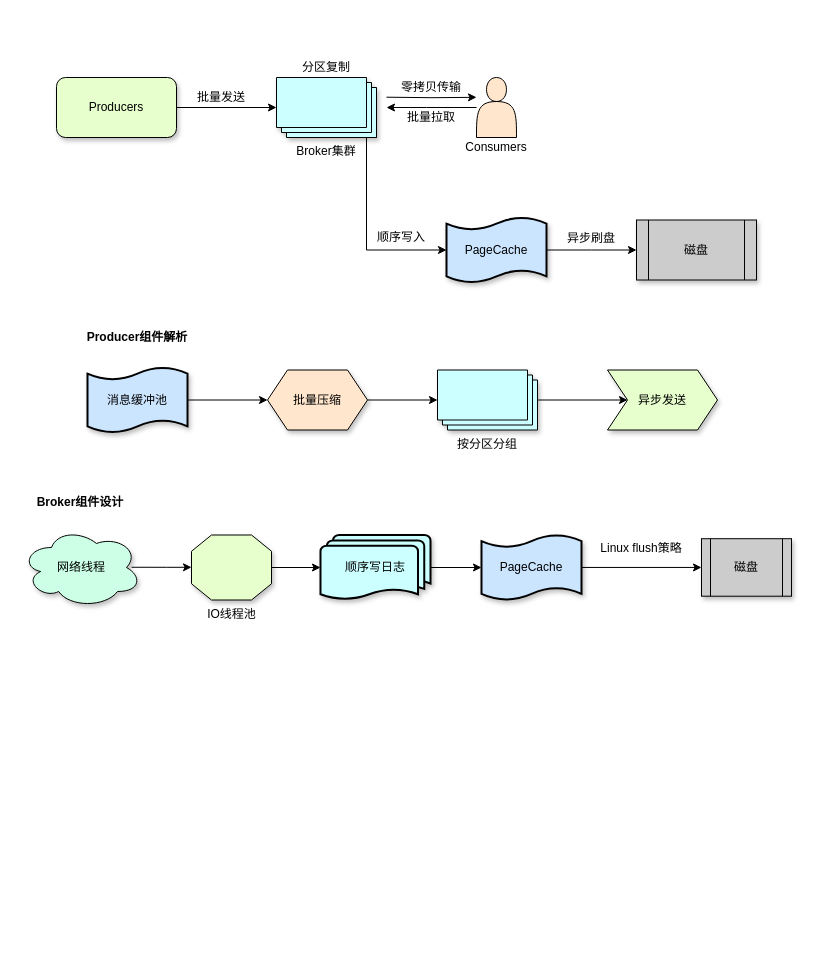
abigalexy/online_drawing keeps this draw.io diagram as achitecture_diagram/Kafka高吞吐架构.drawio. Above is the earlier version. Source tidied: cells renumbered, new cells numbered last; positions are measured from the earlier drawing's top-left corner, leaving out a move shared by most shapes. Both pictures are drawn from the tidied source at 100%, with x=0, y=0 at pixel (21, 57).
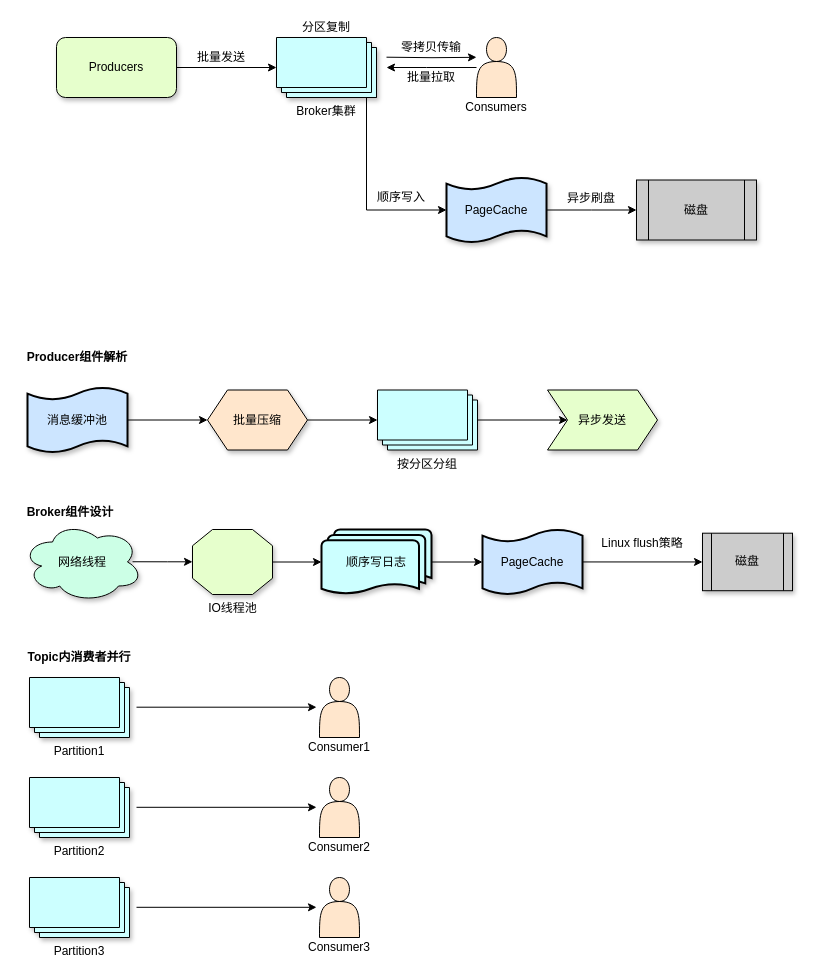
The same diagram, later.

Commit message:
更新Kafka高吞吐架构.drawio

What changed in the source:
```diff
@@
     <mxCell id="2" style="group;" parent="1" vertex="1">
-      <mxGeometry x="35" width="700" height="230" as="geometry" />
+      <mxGeometry x="35" y="-40" width="700" height="230" as="geometry" />
     </mxCell>
@@
     <mxCell id="21" style="group;" parent="1" vertex="1">
-      <mxGeometry x="61" y="270" width="635" height="105" as="geometry" />
+      <mxGeometry x="1" y="290" width="635" height="105" as="geometry" />
     </mxCell>
@@
-    <mxCell id="30" value="&lt;b&gt;Broker组件设计&lt;/b&gt;" style="text;strokeColor=none;align=center;fillColor=none;html=1;verticalAlign=middle;whiteSpace=wrap;rounded=0;" parent="1" vertex="1">
-      <mxGeometry x="11" y="435" width="96" height="20" as="geometry" />
-    </mxCell>
+    <mxCell id="42" style="group;" parent="1" vertex="1">
+      <mxGeometry x="1" y="590" width="352" height="310" as="geometry" />
+    </mxCell>
+    <mxCell id="43" value="&lt;b&gt;Topic内消费者并行&lt;/b&gt;" style="text;strokeColor=none;align=center;fillColor=none;html=1;verticalAlign=middle;whiteSpace=wrap;rounded=0;" parent="42" vertex="1">
+      <mxGeometry width="114" height="20" as="geometry" />
+    </mxCell>
+    <mxCell id="44" style="group;" parent="42" vertex="1">
+      <mxGeometry x="7" y="30" width="345" height="280" as="geometry" />
+    </mxCell>
+    <mxCell id="45" style="edgeStyle=orthogonalEdgeStyle;rounded=0;orthogonalLoop=1;jettySize=auto;html=1;" parent="44" edge="1">
+      <mxGeometry relative="1" as="geometry">
+        <mxPoint x="107" y="29.7" as="sourcePoint" />
+        <mxPoint x="287" y="29.7" as="targetPoint" />
+      </mxGeometry>
+    </mxCell>
+    <mxCell id="46" value="Partition1" style="verticalLabelPosition=bottom;verticalAlign=top;html=1;shape=mxgraph.basic.layered_rect;dx=10;whiteSpace=wrap;shadow=1;fillColor=#CCFFFF;" parent="44" vertex="1">
+      <mxGeometry width="100" height="60" as="geometry" />
+    </mxCell>
+    <mxCell id="47" value="Partition2" style="verticalLabelPosition=bottom;verticalAlign=top;html=1;shape=mxgraph.basic.layered_rect;dx=10;whiteSpace=wrap;fillColor=#CCFFFF;shadow=1;" parent="44" vertex="1">
+      <mxGeometry y="100" width="100" height="60" as="geometry" />
+    </mxCell>
+    <mxCell id="48" value="Partition3" style="verticalLabelPosition=bottom;verticalAlign=top;html=1;shape=mxgraph.basic.layered_rect;dx=10;whiteSpace=wrap;fillColor=#CCFFFF;shadow=1;" parent="44" vertex="1">
+      <mxGeometry y="200" width="100" height="60" as="geometry" />
+    </mxCell>
+    <mxCell id="49" style="shape=actor;whiteSpace=wrap;html=1;fillColor=#FFE6CC;" parent="44" vertex="1">
+      <mxGeometry x="290" width="40" height="60" as="geometry" />
+    </mxCell>
+    <mxCell id="50" value="Consumer1" style="text;strokeColor=none;align=center;fillColor=none;html=1;verticalAlign=middle;whiteSpace=wrap;rounded=0;" parent="44" vertex="1">
+      <mxGeometry x="275" y="60" width="70" height="20" as="geometry" />
+    </mxCell>
+    <mxCell id="51" style="shape=actor;whiteSpace=wrap;html=1;fillColor=#FFE6CC;" parent="44" vertex="1">
+      <mxGeometry x="290" y="100" width="40" height="60" as="geometry" />
+    </mxCell>
+    <mxCell id="52" value="Consumer2" style="text;strokeColor=none;align=center;fillColor=none;html=1;verticalAlign=middle;whiteSpace=wrap;rounded=0;" parent="44" vertex="1">
+      <mxGeometry x="275" y="160" width="70" height="20" as="geometry" />
+    </mxCell>
+    <mxCell id="53" style="shape=actor;whiteSpace=wrap;html=1;fillColor=#FFE6CC;" parent="44" vertex="1">
+      <mxGeometry x="290" y="200" width="40" height="60" as="geometry" />
+    </mxCell>
+    <mxCell id="54" value="Consumer3" style="text;strokeColor=none;align=center;fillColor=none;html=1;verticalAlign=middle;whiteSpace=wrap;rounded=0;" parent="44" vertex="1">
+      <mxGeometry x="275" y="260" width="70" height="20" as="geometry" />
+    </mxCell>
+    <mxCell id="55" style="edgeStyle=orthogonalEdgeStyle;rounded=0;orthogonalLoop=1;jettySize=auto;html=1;" parent="44" edge="1">
+      <mxGeometry relative="1" as="geometry">
+        <mxPoint x="107" y="129.8" as="sourcePoint" />
+        <mxPoint x="287" y="129.8" as="targetPoint" />
+      </mxGeometry>
+    </mxCell>
+    <mxCell id="56" style="edgeStyle=orthogonalEdgeStyle;rounded=0;orthogonalLoop=1;jettySize=auto;html=1;" parent="44" edge="1">
+      <mxGeometry relative="1" as="geometry">
+        <mxPoint x="107" y="229.8" as="sourcePoint" />
+        <mxPoint x="287" y="229.8" as="targetPoint" />
+      </mxGeometry>
+    </mxCell>
+    <mxCell id="57" style="group;" parent="1" vertex="1">
+      <mxGeometry x="1" y="444.5" width="770" height="100" as="geometry" />
+    </mxCell>
-    <mxCell id="31" style="group;" parent="1" vertex="1">
-      <mxGeometry y="470" width="770" height="80" as="geometry" />
+    <mxCell id="31" style="group;" parent="57" vertex="1">
+      <mxGeometry y="20" width="770" height="80" as="geometry" />
     </mxCell>
@@
+    <mxCell id="30" value="&lt;b&gt;Broker组件设计&lt;/b&gt;" style="text;strokeColor=none;align=center;fillColor=none;html=1;verticalAlign=middle;whiteSpace=wrap;rounded=0;" parent="57" vertex="1">
+      <mxGeometry width="96" height="20" as="geometry" />
+    </mxCell>
```
